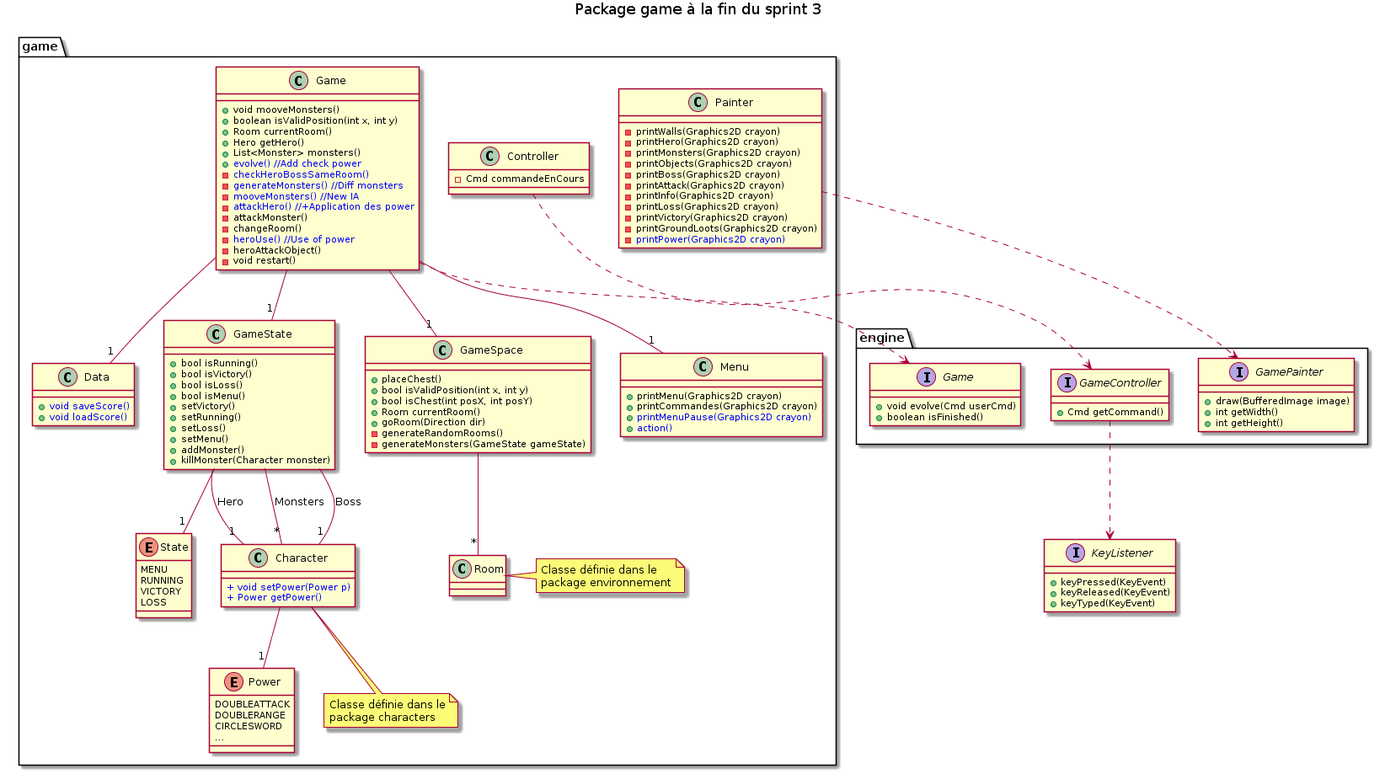
Earlier version of the PlantUML export diagrammes/game/package_game_fin_sprint3.png (simonh88/ACL2017_LaraClette).
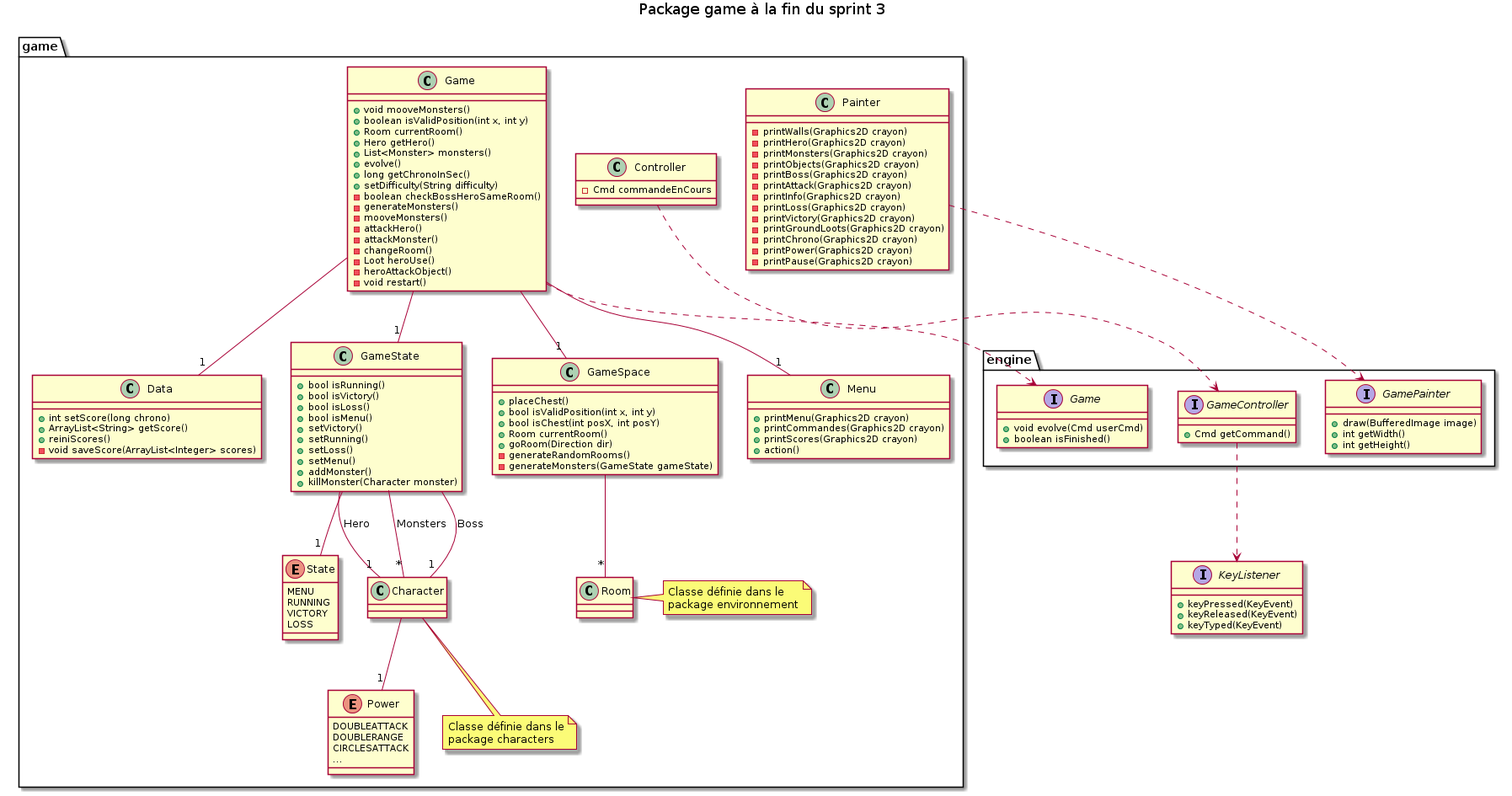
After the change.

Diff of the diagram source:
```diff
@@ -71,7 +71,9 @@
         - printLoss(Graphics2D crayon)
         - printVictory(Graphics2D crayon)
         - printGroundLoots(Graphics2D crayon)
-        - <color:blue>printPower(Graphics2D crayon)</color>
+        - printChrono(Graphics2D crayon)
+        - printPower(Graphics2D crayon)
+        - printPause(Graphics2D crayon)
     }
     Painter ..> GamePainter
 
@@ -81,15 +83,14 @@
 
 
     class Character {
-        <color:blue>+ void setPower(Power p)</color>
-        <color:blue>+ Power getPower()</color>
+
     }
 
 
     enum Power {
         DOUBLEATTACK
         DOUBLERANGE
-        CIRCLESWORD
+        CIRCLESATTACK
         ...
     }
     Character --"1" Power
@@ -172,21 +173,25 @@
         + Room currentRoom()
         + Hero getHero()
         + List<Monster> monsters()
-        + <color:blue>evolve() //Add check power </color>
-        - <color:blue>checkHeroBossSameRoom() </color>
-        - <color:blue>generateMonsters() //Diff monsters</color>
-        - <color:blue>mooveMonsters() //New IA </color>
-        - <color:blue>attackHero() //+Application des power</color>
+        + evolve()
+        + long getChronoInSec()
+        + setDifficulty(String difficulty)
+        - boolean checkBossHeroSameRoom()
+        - generateMonsters()
+        - mooveMonsters()
+        - attackHero()
         - attackMonster()
         - changeRoom()
-        - <color:blue>heroUse() //Use of power</color>
+        - Loot heroUse()
         - heroAttackObject()
         - void restart()
     }
 
     class Data {
-        + <color:blue>void saveScore()</color>
-        + <color:blue>void loadScore()</color>
+        + int setScore(long chrono)
+        + ArrayList<String> getScore()
+        + reiniScores()
+        - void saveScore(ArrayList<Integer> scores)
 
     }
 
@@ -206,8 +211,8 @@
     class Menu {
         + printMenu(Graphics2D crayon)
         + printCommandes(Graphics2D crayon)
-        + <color:blue>printMenuPause(Graphics2D crayon) </color>
-        + <color:blue>action() </color>
+        + printScores(Graphics2D crayon)
+        + action()
     }
 }
 @enduml
```
